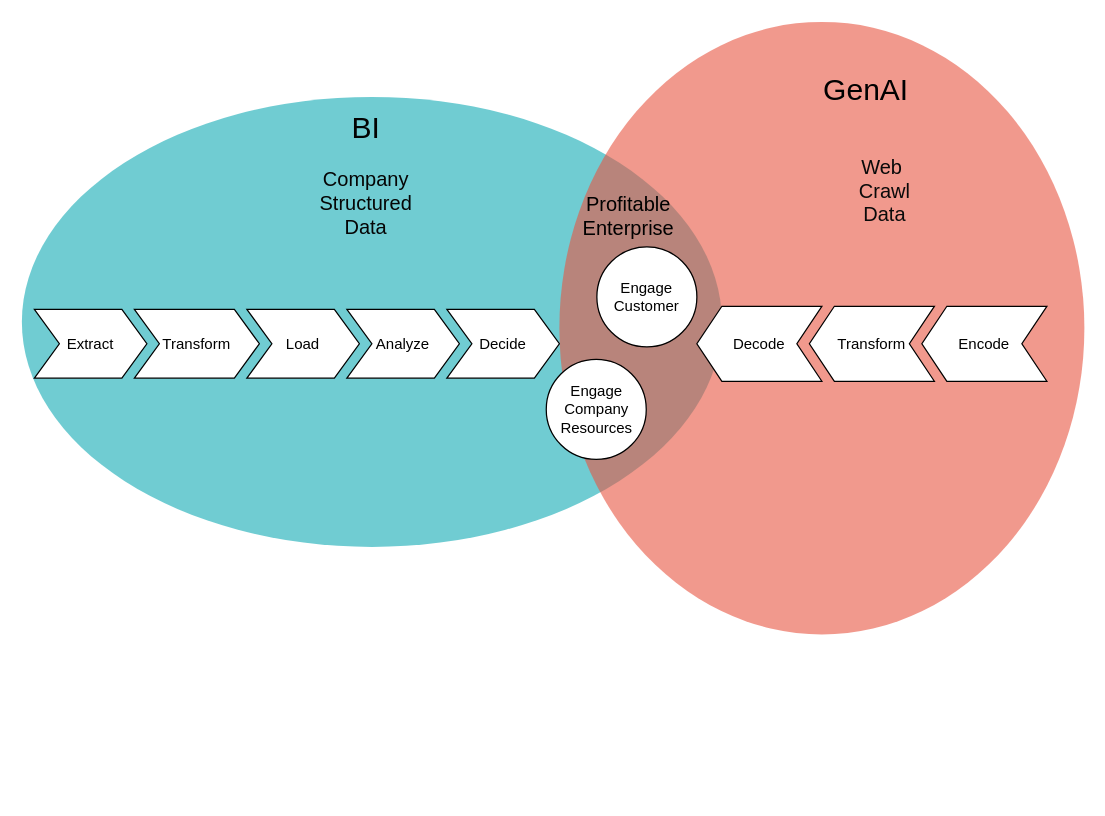
Before: bi-genai-merge.drawio in emmanuellim/bi-genai-merger, a draw.io diagram. Source tidied: cells renumbered, new cells numbered last; positions are measured from the earlier drawing's top-left corner, leaving out a move shared by most shapes. Both pictures are drawn from the tidied source at 125%, with x=0, y=0 at pixel (21, 21).
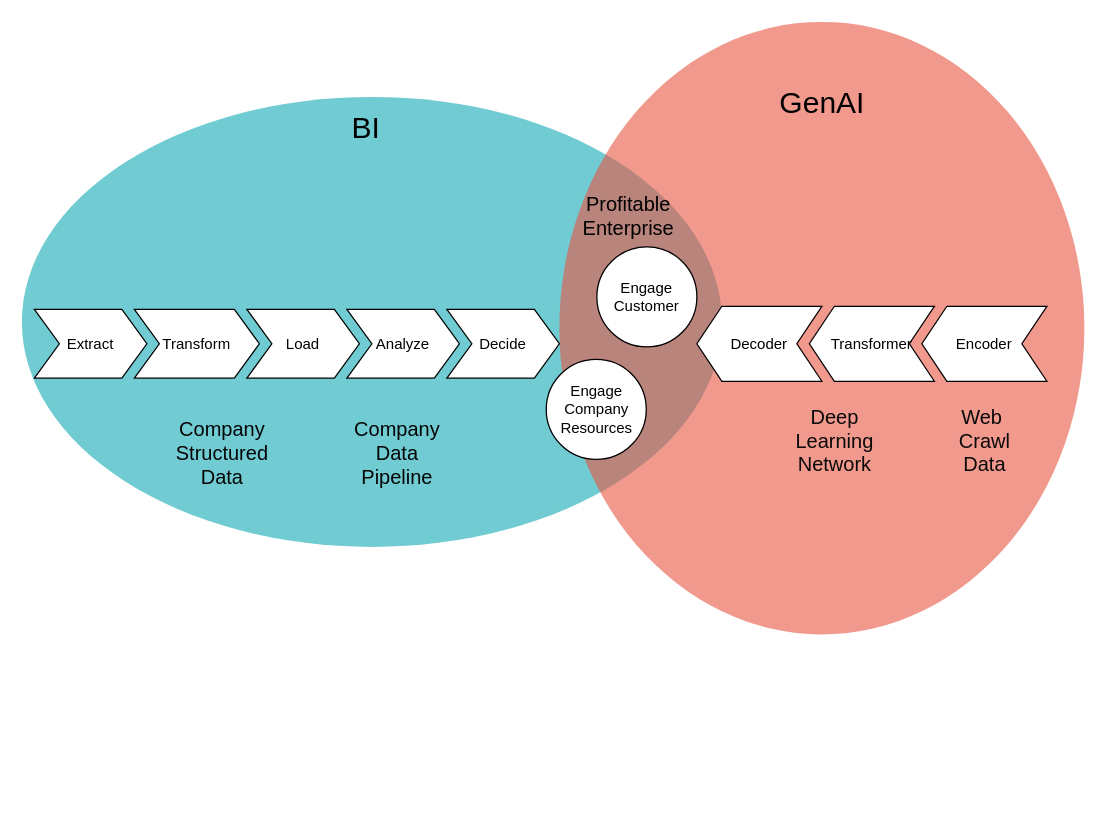
After the change.

Commit message:
Update bi-genai-merge.drawio - bi vs genai processing

Change to the diagram source:
```diff
@@
     <mxCell id="5" value="GenAI" style="text;fontSize=24;align=center;verticalAlign=middle;html=1;fontColor=#000000;" parent="1" vertex="1">
-      <mxGeometry x="580" y="20" width="190" height="70" as="geometry" />
+      <mxGeometry x="545" y="30" width="190" height="70" as="geometry" />
     </mxCell>
@@
     <mxCell id="8" value="Web&amp;nbsp;&lt;div&gt;Crawl&lt;/div&gt;&lt;div&gt;Data&lt;/div&gt;" style="text;align=center;html=1;fontColor=#0a0a0a;fontSize=16;" parent="1" vertex="1">
-      <mxGeometry x="620" y="100" width="140" height="40" as="geometry" />
+      <mxGeometry x="700" y="300" width="140" height="40" as="geometry" />
     </mxCell>
     <mxCell id="9" value="Company&lt;div&gt;Structured&lt;/div&gt;&lt;div&gt;Data&lt;/div&gt;" style="text;align=center;html=1;fontColor=#050505;fontSize=16;" parent="1" vertex="1">
-      <mxGeometry x="255" y="110" width="40" height="40" as="geometry" />
+      <mxGeometry x="140" y="310" width="40" height="40" as="geometry" />
     </mxCell>
@@
-    <mxCell id="16" value="Encode" style="shape=step;perimeter=stepPerimeter;whiteSpace=wrap;html=1;fixedSize=1;rotation=0;direction=west;" parent="1" vertex="1">
+    <mxCell id="16" value="Encoder" style="shape=step;perimeter=stepPerimeter;whiteSpace=wrap;html=1;fixedSize=1;rotation=0;direction=west;" parent="1" vertex="1">
       <mxGeometry x="720" y="227.5" width="100" height="60" as="geometry" />
     </mxCell>
-    <mxCell id="17" value="Transform" style="shape=step;perimeter=stepPerimeter;whiteSpace=wrap;html=1;fixedSize=1;rotation=0;direction=west;" parent="1" vertex="1">
+    <mxCell id="17" value="Transformer" style="shape=step;perimeter=stepPerimeter;whiteSpace=wrap;html=1;fixedSize=1;rotation=0;direction=west;" parent="1" vertex="1">
       <mxGeometry x="630" y="227.5" width="100" height="60" as="geometry" />
     </mxCell>
-    <mxCell id="18" value="Decode" style="shape=step;perimeter=stepPerimeter;whiteSpace=wrap;html=1;fixedSize=1;rotation=0;direction=west;" parent="1" vertex="1">
+    <mxCell id="18" value="Decoder" style="shape=step;perimeter=stepPerimeter;whiteSpace=wrap;html=1;fixedSize=1;rotation=0;direction=west;" parent="1" vertex="1">
       <mxGeometry x="540" y="227.5" width="100" height="60" as="geometry" />
     </mxCell>
@@
+    <mxCell id="20" value="Deep&lt;div&gt;Learning&lt;/div&gt;&lt;div&gt;Network&lt;/div&gt;" style="text;align=center;html=1;fontColor=#0a0a0a;fontSize=16;" parent="1" vertex="1">
+      <mxGeometry x="580" y="300" width="140" height="40" as="geometry" />
+    </mxCell>
+    <mxCell id="21" value="Company&lt;div&gt;Data&lt;/div&gt;&lt;div&gt;Pipeline&lt;/div&gt;" style="text;align=center;html=1;fontColor=#050505;fontSize=16;" parent="1" vertex="1">
+      <mxGeometry x="280" y="310" width="40" height="40" as="geometry" />
+    </mxCell>
```
